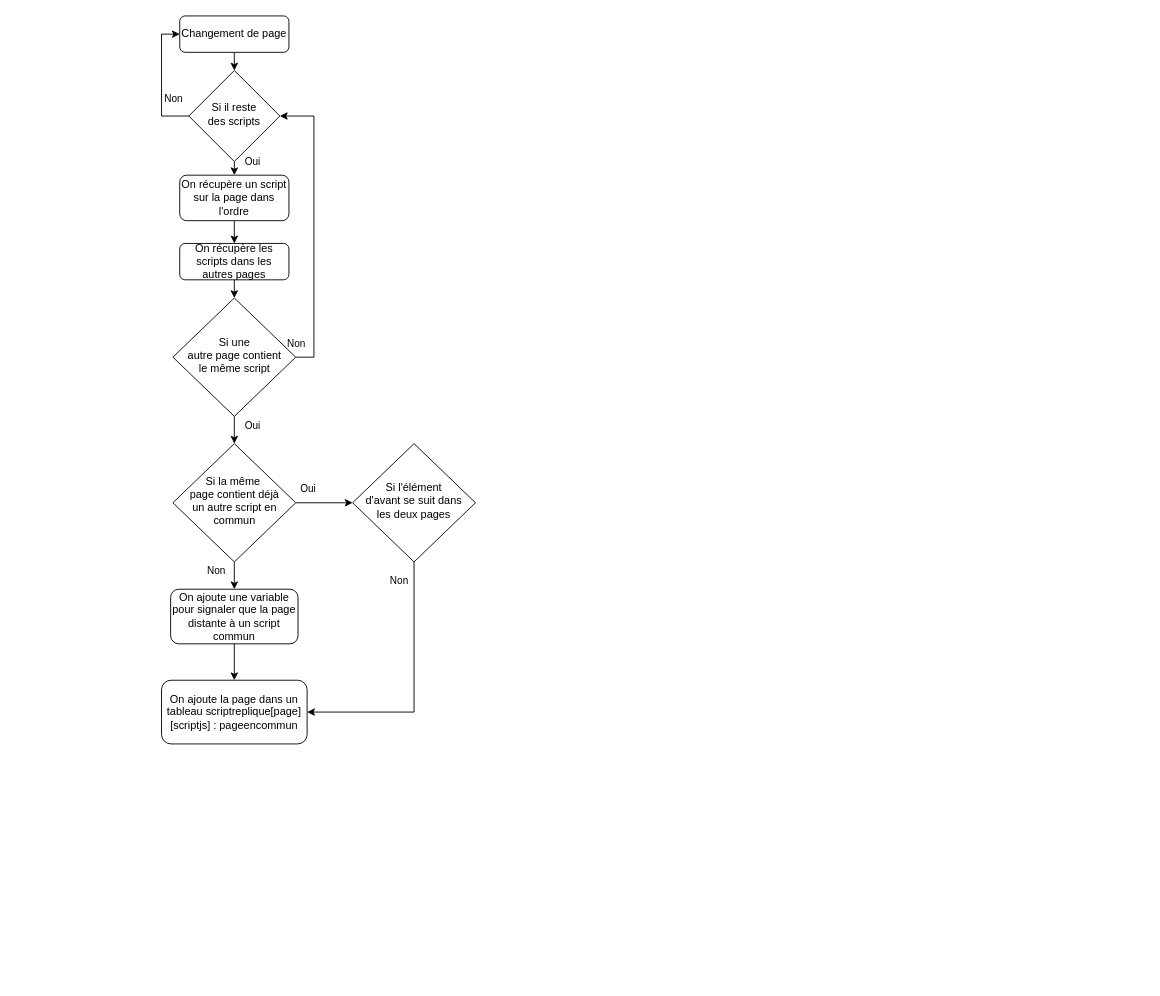
Above: indigo/diagramme-parser-html.drawio in Tidle-Groupe/indigo (draw.io), before the change. Source tidied: cells renumbered, new cells numbered last; positions are measured from the earlier drawing's top-left corner, leaving out a move shared by most shapes. Both pictures are drawn from the tidied source at 91%, with x=0, y=0 at pixel (161, 15).
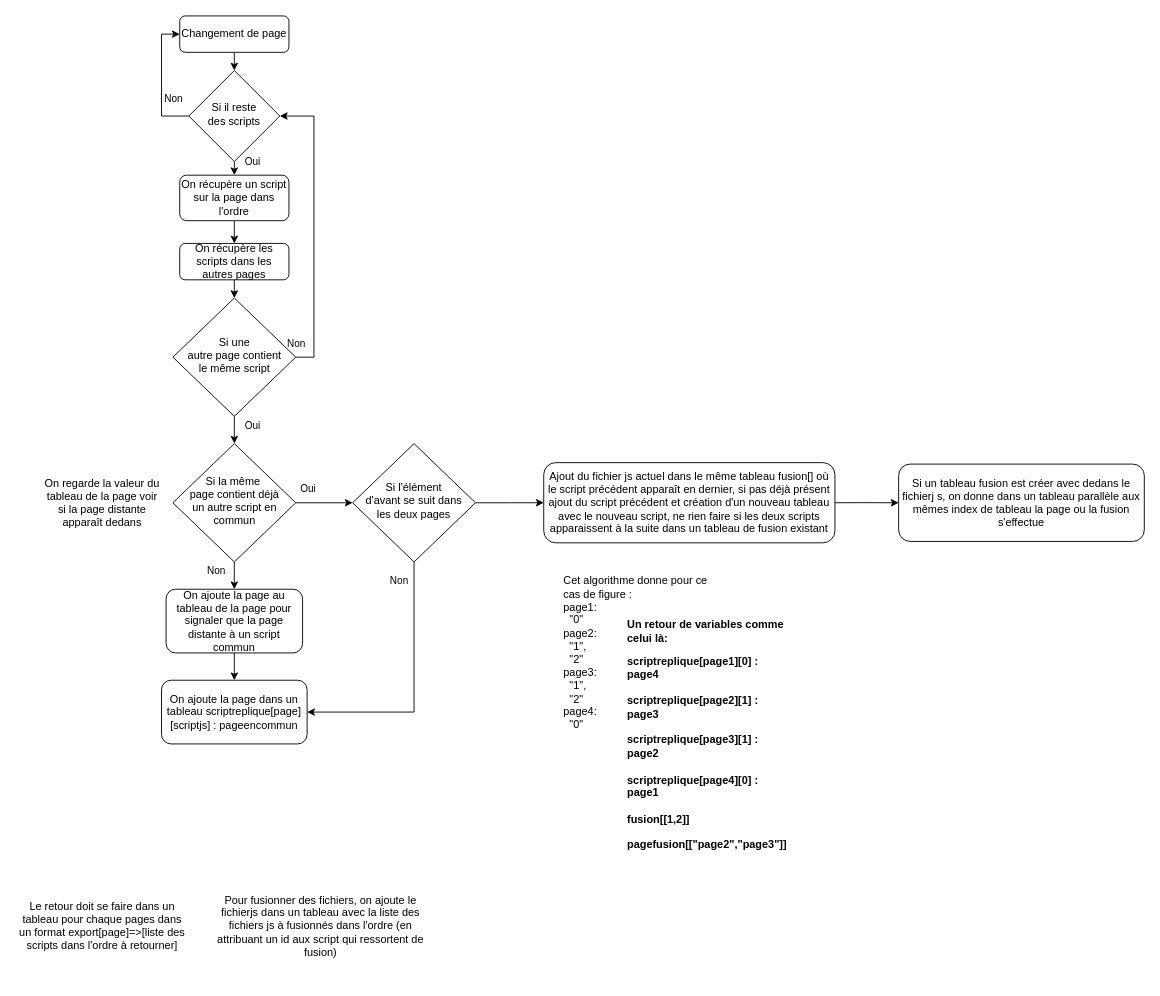
After the change.

Commit message:
algorithme du par-html terminer

The change refers to these unchanged cells:
```xml
<mxCell id="22" value="Si l'élément&lt;br&gt;d'avant se suit dans&lt;br&gt;les deux pages" style="rhombus;whiteSpace=wrap;html=1;shadow=0;fontFamily=Helvetica;fontSize=12;align=center;strokeWidth=1;spacing=6;spacingTop=-4;" parent="1" vertex="1">
  <mxGeometry x="210" y="470" width="135" height="130" as="geometry" />
</mxCell>
```

What changed in the source:
```diff
@@
-    <mxCell id="19" value="On ajoute une variable pour signaler que la page distante à un script commun" style="rounded=1;whiteSpace=wrap;html=1;fontSize=12;glass=0;strokeWidth=1;shadow=0;" parent="1" vertex="1">
-      <mxGeometry x="10" y="630" width="140" height="60" as="geometry" />
+    <mxCell id="19" value="On ajoute la page au tableau de la page pour signaler que la page distante à un script commun" style="rounded=1;whiteSpace=wrap;html=1;fontSize=12;glass=0;strokeWidth=1;shadow=0;" parent="1" vertex="1">
+      <mxGeometry x="5" y="630" width="150" height="70" as="geometry" />
     </mxCell>
@@
+    <mxCell id="24" style="edgeStyle=orthogonalEdgeStyle;rounded=0;jettySize=auto;html=1;exitX=1;exitY=0.5;exitDx=0;exitDy=0;entryX=0;entryY=0.5;entryDx=0;entryDy=0;" parent="1" edge="1" source="22" target="28">
+      <mxGeometry relative="1" as="geometry" />
+    </mxCell>
@@
+    <mxCell id="25" value="Le retour doit se faire dans un tableau pour chaque pages dans un format export[page]=&amp;gt;[liste des scripts dans l'ordre à retourner]" style="text;html=1;strokeColor=none;fillColor=none;align=center;verticalAlign=middle;whiteSpace=wrap;rounded=0;" parent="1" vertex="1">
+      <mxGeometry x="-160" y="940" width="190" height="120" as="geometry" />
+    </mxCell>
+    <mxCell id="26" value="Pour fusionner des fichiers, on ajoute le fichierjs dans un tableau avec la liste des fichiers js à fusionnés dans l'ordre (en attribuant un id aux script qui ressortent de fusion)" style="text;html=1;strokeColor=none;fillColor=none;align=center;verticalAlign=middle;whiteSpace=wrap;rounded=0;" parent="1" vertex="1">
+      <mxGeometry x="60" y="940" width="230" height="120" as="geometry" />
+    </mxCell>
+    <mxCell id="27" style="edgeStyle=orthogonalEdgeStyle;rounded=0;jettySize=auto;html=1;exitX=1;exitY=0.5;exitDx=0;exitDy=0;entryX=0;entryY=0.5;entryDx=0;entryDy=0;" parent="1" edge="1" source="28" target="30">
+      <mxGeometry relative="1" as="geometry" />
+    </mxCell>
+    <mxCell id="28" value="Ajout du fichier js actuel dans le même tableau fusion[] où le script précédent apparaît en dernier, si pas déjà présent ajout du script précédent et création d'un nouveau tableau avec le nouveau script, ne rien faire si les deux scripts apparaissent à la suite dans un tableau de fusion existant" style="rounded=1;whiteSpace=wrap;html=1;fontSize=12;glass=0;strokeWidth=1;shadow=0;" parent="1" vertex="1">
+      <mxGeometry x="420" y="490.9" width="320" height="88.1" as="geometry" />
+    </mxCell>
+    <mxCell id="29" value="On regarde la valeur du tableau de la page voir si la page distante apparaît dedans" style="text;html=1;strokeColor=none;fillColor=none;align=center;verticalAlign=middle;whiteSpace=wrap;rounded=0;" parent="1" vertex="1">
+      <mxGeometry x="-130" y="485" width="130" height="100" as="geometry" />
+    </mxCell>
+    <mxCell id="30" value="Si un tableau fusion est créer avec dedans le fichierj s, on donne dans un tableau parallèle aux mêmes index de tableau la page ou la fusion s'effectue" style="rounded=1;whiteSpace=wrap;html=1;" parent="1" vertex="1">
+      <mxGeometry x="810" y="492.5" width="270" height="85" as="geometry" />
+    </mxCell>
+    <mxCell id="31" value="Cet algorithme donne pour ce cas de figure :&lt;br&gt;page1:&lt;br&gt;&amp;nbsp; &quot;0&quot;&lt;br&gt;page2:&lt;br&gt;&amp;nbsp; &quot;1&quot;,&lt;br&gt;&amp;nbsp; &quot;2&quot;&lt;br&gt;page3:&lt;br&gt;&amp;nbsp; &quot;1&quot;,&lt;br&gt;&amp;nbsp; &quot;2&quot;&lt;br&gt;page4:&lt;br&gt;&amp;nbsp; &quot;0&quot;" style="text;html=1;strokeColor=none;fillColor=none;align=left;verticalAlign=middle;whiteSpace=wrap;rounded=0;" parent="1" vertex="1">
+      <mxGeometry x="440" y="610" width="180" height="180" as="geometry" />
+    </mxCell>
+    <mxCell id="32" value="&lt;p style=&quot;line-height: 120%&quot;&gt;&lt;b&gt;Un retour de variables comme celui là:&lt;br&gt;&lt;/b&gt;&lt;/p&gt;&lt;div&gt;&lt;b&gt;scriptreplique[page1][0] : page4&lt;/b&gt;&lt;/div&gt;&lt;div&gt;&lt;b&gt;&lt;br&gt;&lt;/b&gt;&lt;/div&gt;&lt;div&gt;&lt;b&gt;scriptreplique[page2][1] : page3&lt;/b&gt;&lt;/div&gt;&lt;div&gt;&lt;b&gt;&lt;br&gt;&lt;/b&gt;&lt;/div&gt;&lt;div&gt;&lt;b&gt;scriptreplique[page3][1] : page2&lt;/b&gt;&lt;/div&gt;&lt;div&gt;&lt;b&gt;&lt;br&gt;&lt;/b&gt;&lt;/div&gt;&lt;div&gt;&lt;b&gt;scriptreplique[page4][0] : page1&lt;/b&gt;&lt;/div&gt;&lt;div&gt;&lt;b&gt;&lt;br&gt;&lt;/b&gt;&lt;/div&gt;&lt;div&gt;&lt;b&gt;fusion[[1,2]]&lt;/b&gt;&lt;/div&gt;&lt;div&gt;&lt;b&gt;&lt;br&gt;&lt;/b&gt;&lt;/div&gt;&lt;div&gt;&lt;b&gt;pagefusion[[&quot;page2&quot;,&quot;page3&quot;]]&lt;/b&gt;&lt;/div&gt;&lt;p&gt;&lt;/p&gt;" style="text;html=1;strokeColor=none;fillColor=none;align=left;verticalAlign=middle;whiteSpace=wrap;rounded=0;" parent="1" vertex="1">
+      <mxGeometry x="510" y="700" width="180" height="180" as="geometry" />
+    </mxCell>
```
